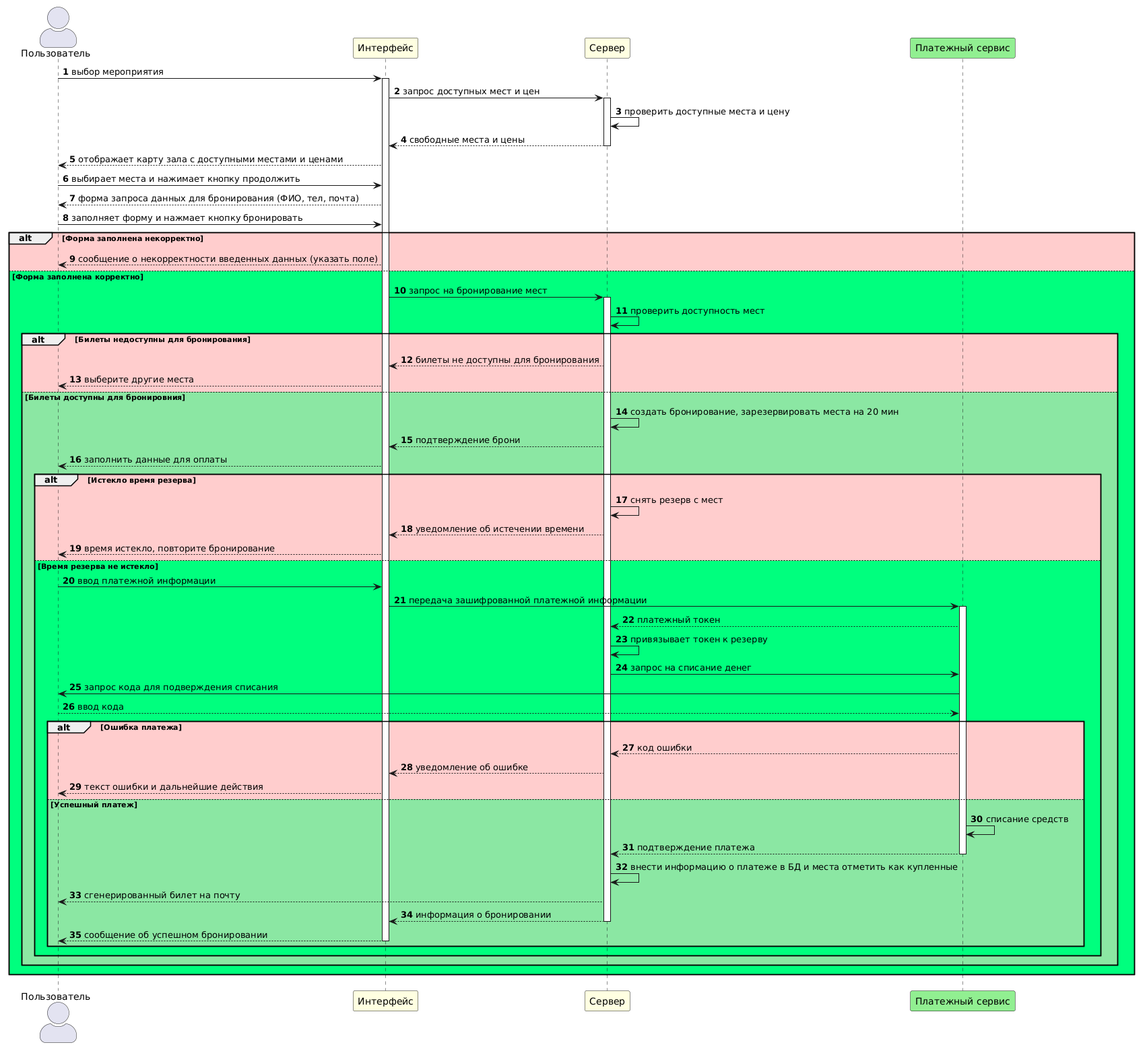
NadezdaHope19/practice keeps this PlantUML diagram as diagrams/SD.png. Above is the earlier version. Source of this version:
```plantuml
@startuml
autonumber
skinparam actorStyle awesome
actor "Пользователь" as user
participant "Интерфейс" as web #lightyellow
participant "Сервер" as server #lightyellow
participant "Платежный сервис" as paymentsys #lightgreen
user -> web : выбор мероприятия
activate web
web -> server : запрос доступных мест и цен
activate server
server -> server : проверить доступные места и цену
server --> web : свободные места и цены
deactivate server
web --> user : отображает карту зала с доступными местами и ценами
user -> web : выбирает места и нажимает кнопку продолжить
web --> user : форма запроса данных для бронирования (ФИО, тел, почта)
user -> web : заполняет форму и нажмает кнопку бронировать
alt #ffcccc Форма заполнена некорректно
web --> user : сообщение о некорректности введенных данных (указать поле)
else #00ff7f Форма заполнена корректно
web -> server : запрос на бронирование мест
activate server
server -> server : проверить доступность мест
alt #ffcccc Билеты недоступны для бронирования
server --> web : билеты не доступны для бронирования
web --> user : выберите другие места
else #8ae6a3 Билеты доступны для бронировния
server -> server : создать бронирование, зарезервировать места на 20 мин
server --> web : подтверждение брони
web --> user : заполнить данные для оплаты
alt #ffcccc Истекло время резерва
server -> server : снять резерв с мест
server --> web : уведомление об истечении времени
web --> user : время истекло, повторите бронирование
else #00ff7f Время резерва не истекло
user -> web : ввод платежной информации
web -> paymentsys : передача зашифрованной платежной информации
activate paymentsys
paymentsys --> server : платежный токен
server -> server : привязывает токен к резерву
server -> paymentsys : запрос на списание денег
paymentsys -> user : запрос кода для подверждения списания
user --> paymentsys : ввод кода
alt #ffcccc Ошибка платежа
paymentsys --> server : код ошибки
server --> web : уведомление об ошибке
web --> user : текст ошибки и дальнейшие действия
else #8ae6a3 Успешный платеж
paymentsys -> paymentsys : списание средств
paymentsys --> server : подтверждение платежа
deactivate paymentsys
server -> server : внести информацию о платеже в БД и места отметить как купленные
server --> user : сгенерированный билет на почту
server --> web : информация о бронировании
deactivate server
web --> user : сообщение об успешном бронировании
deactivate web
end
end
end
@enduml
```
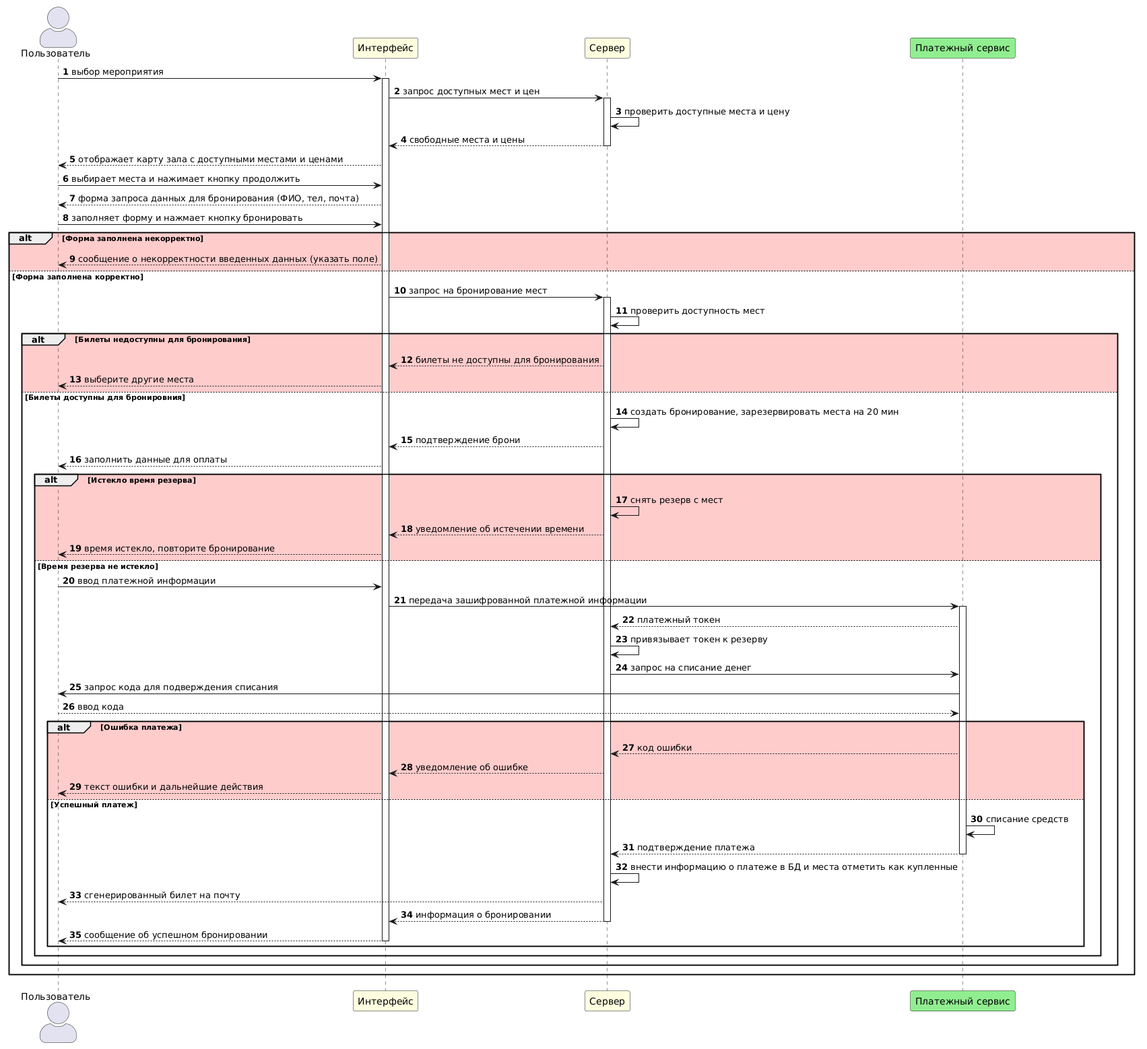
Later version of the same file.

Change to the diagram source:
```diff
@@ -18,14 +18,14 @@
 user -> web : заполняет форму и нажмает кнопку бронировать
 alt #ffcccc Форма заполнена некорректно
 web --> user : сообщение о некорректности введенных данных (указать поле)
-else #00ff7f Форма заполнена корректно
+else #FFFFFF Форма заполнена корректно
 web -> server : запрос на бронирование мест
 activate server
 server -> server : проверить доступность мест
 alt #ffcccc Билеты недоступны для бронирования
 server --> web : билеты не доступны для бронирования
 web --> user : выберите другие места
-else #8ae6a3 Билеты доступны для бронировния
+else #FFFFFF Билеты доступны для бронировния
 server -> server : создать бронирование, зарезервировать места на 20 мин
 server --> web : подтверждение брони
 web --> user : заполнить данные для оплаты
@@ -33,7 +33,7 @@
 server -> server : снять резерв с мест
 server --> web : уведомление об истечении времени
 web --> user : время истекло, повторите бронирование
-else #00ff7f Время резерва не истекло
+else #FFFFFF Время резерва не истекло
 user -> web : ввод платежной информации
 web -> paymentsys : передача зашифрованной платежной информации
 activate paymentsys
@@ -46,7 +46,7 @@
 paymentsys --> server : код ошибки
 server --> web : уведомление об ошибке
 web --> user : текст ошибки и дальнейшие действия
-else #8ae6a3 Успешный платеж
+else #FFFFFF Успешный платеж
 paymentsys -> paymentsys : списание средств
 paymentsys --> server : подтверждение платежа
 deactivate paymentsys
```
